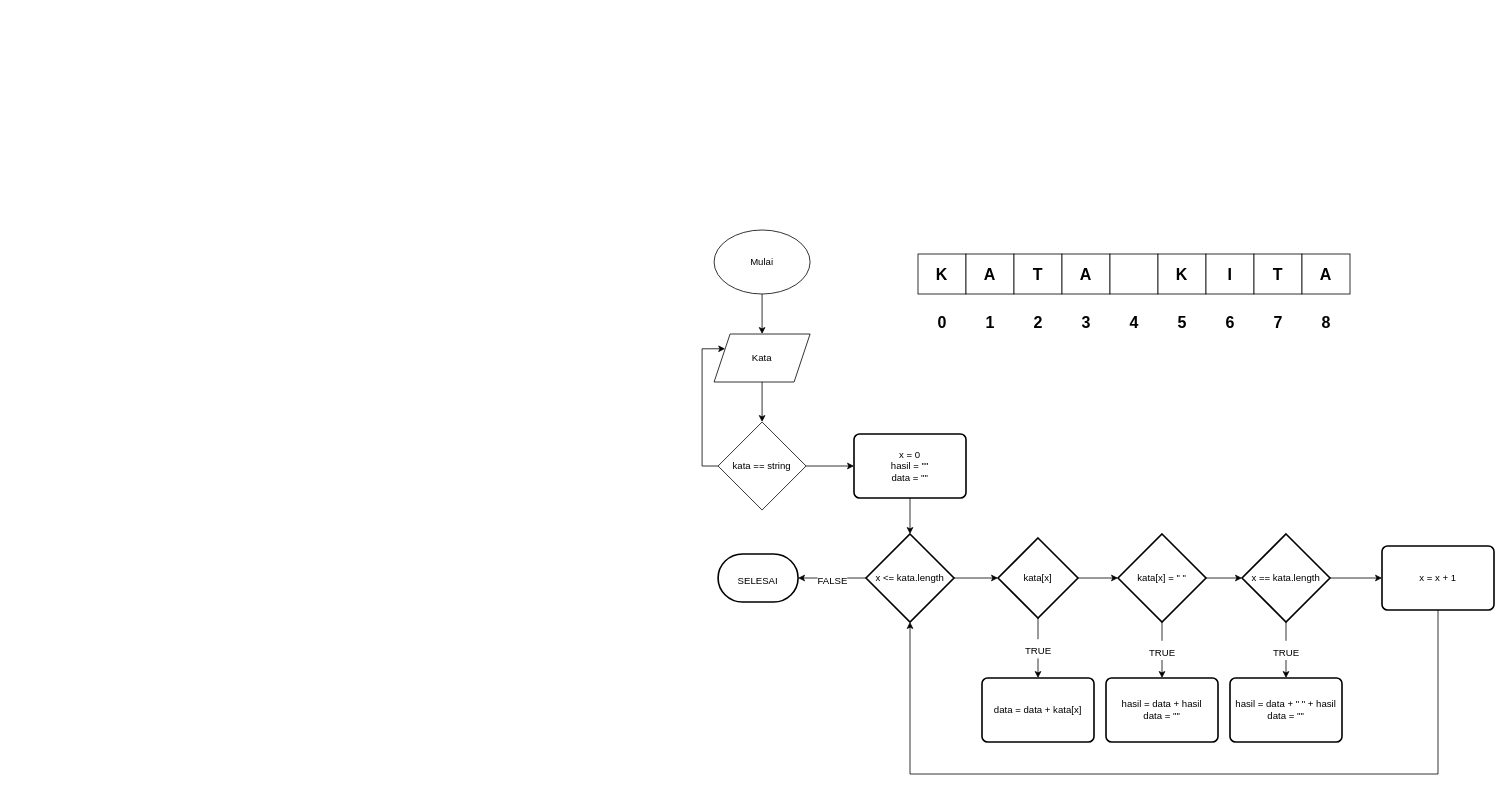
Earlier version of the draw.io diagram 10. Reverse Words.drawio (ahmadzaky25/fw5-algoritma). Source tidied: cells renumbered, new cells numbered last; positions are measured from the earlier drawing's top-left corner, leaving out a move shared by most shapes. Both pictures are drawn from the tidied source at 80%, with x=0, y=0 at pixel (702, 230).
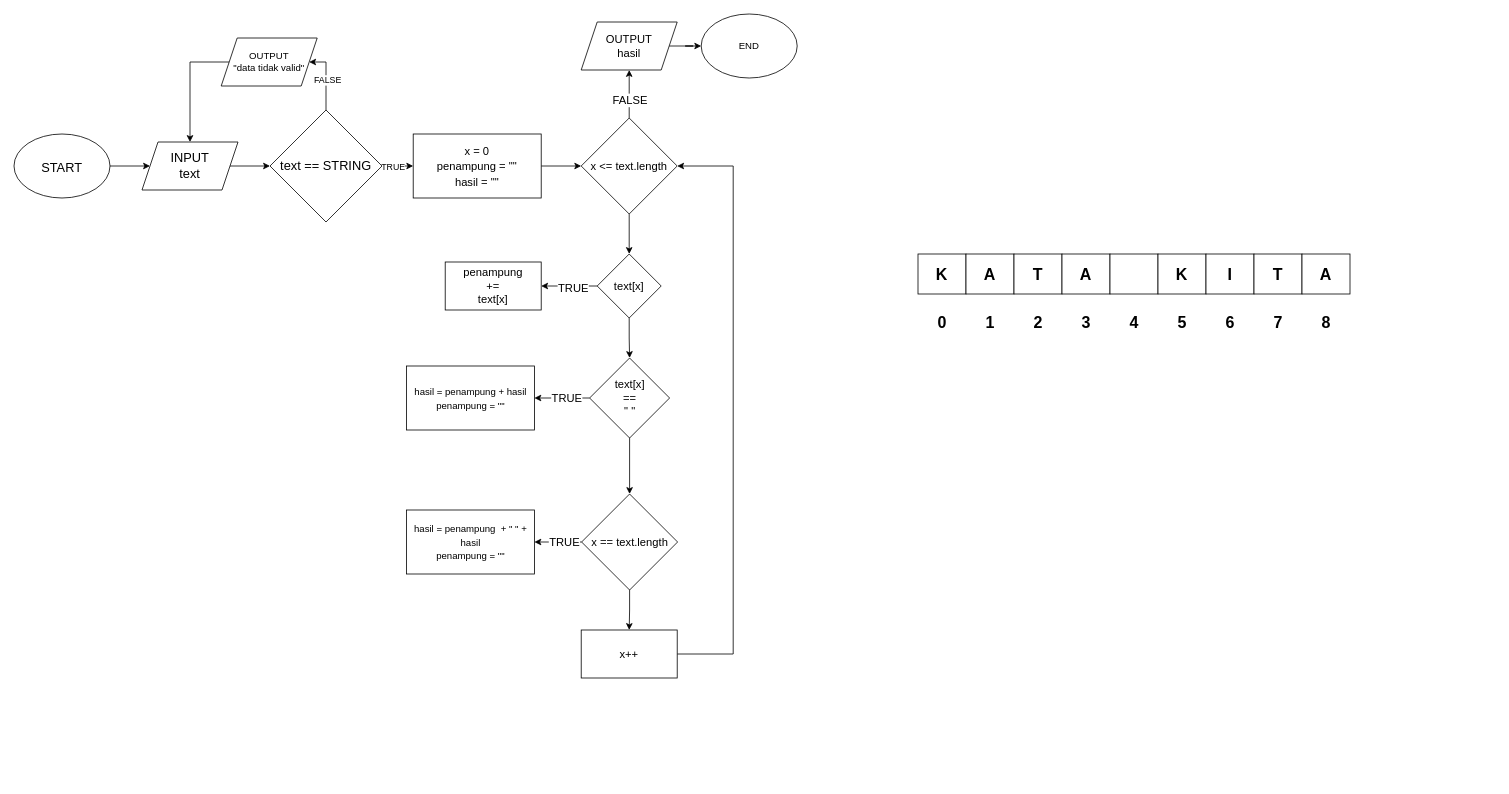
After the change.

Change to the diagram source:
```diff
@@
-    <mxCell id="2" style="edgeStyle=orthogonalEdgeStyle;rounded=0;jettySize=auto;html=1;exitX=0.5;exitY=1;exitDx=0;exitDy=0;entryX=0.5;entryY=0;entryDx=0;entryDy=0;" parent="1" edge="1" source="3" target="5">
-      <mxGeometry relative="1" as="geometry" />
-    </mxCell>
-    <mxCell id="3" value="Mulai" style="ellipse;whiteSpace=wrap;html=1;" parent="1" vertex="1">
-      <mxGeometry x="15.1" width="120" height="80" as="geometry" />
-    </mxCell>
-    <mxCell id="4" style="edgeStyle=orthogonalEdgeStyle;rounded=0;jettySize=auto;html=1;exitX=0.5;exitY=1;exitDx=0;exitDy=0;entryX=0.5;entryY=0;entryDx=0;entryDy=0;" parent="1" edge="1" source="5" target="8">
-      <mxGeometry relative="1" as="geometry" />
-    </mxCell>
-    <mxCell id="5" value="Kata" style="shape=parallelogram;perimeter=parallelogramPerimeter;whiteSpace=wrap;html=1;fixedSize=1;" parent="1" vertex="1">
-      <mxGeometry x="15.1" y="130" width="120" height="60" as="geometry" />
-    </mxCell>
-    <mxCell id="6" style="edgeStyle=orthogonalEdgeStyle;rounded=0;jettySize=auto;html=1;exitX=0;exitY=0.5;exitDx=0;exitDy=0;entryX=0;entryY=0.25;entryDx=0;entryDy=0;" parent="1" edge="1" source="8" target="5">
-      <mxGeometry relative="1" as="geometry">
-        <Array as="points">
-          <mxPoint x="0.1" y="295" />
-          <mxPoint x="0.1" y="148" />
-        </Array>
-      </mxGeometry>
-    </mxCell>
-    <mxCell id="7" style="edgeStyle=orthogonalEdgeStyle;rounded=0;jettySize=auto;html=1;exitX=1;exitY=0.5;exitDx=0;exitDy=0;entryX=0;entryY=0.5;entryDx=0;entryDy=0;" parent="1" edge="1" source="8" target="10">
-      <mxGeometry relative="1" as="geometry" />
-    </mxCell>
-    <mxCell id="8" value="kata == string" style="rhombus;whiteSpace=wrap;html=1;" parent="1" vertex="1">
-      <mxGeometry x="20.1" y="240" width="110" height="110" as="geometry" />
-    </mxCell>
-    <mxCell id="9" style="edgeStyle=orthogonalEdgeStyle;rounded=0;jettySize=auto;html=1;exitX=0.5;exitY=1;exitDx=0;exitDy=0;entryX=0.5;entryY=0;entryDx=0;entryDy=0;entryPerimeter=0;" parent="1" edge="1" source="10" target="13">
-      <mxGeometry relative="1" as="geometry" />
-    </mxCell>
-    <mxCell id="10" value="x = 0&lt;br&gt;hasil = &quot;&quot;&lt;br&gt;data = &quot;&quot;" style="rounded=1;whiteSpace=wrap;html=1;absoluteArcSize=1;arcSize=14;strokeWidth=2;" parent="1" vertex="1">
-      <mxGeometry x="190" y="255" width="140" height="80" as="geometry" />
-    </mxCell>
-    <mxCell id="11" style="edgeStyle=orthogonalEdgeStyle;rounded=0;jettySize=auto;html=1;exitX=1;exitY=0.5;exitDx=0;exitDy=0;exitPerimeter=0;entryX=0;entryY=0.5;entryDx=0;entryDy=0;entryPerimeter=0;" parent="1" edge="1" source="13" target="16">
-      <mxGeometry relative="1" as="geometry" />
-    </mxCell>
-    <mxCell id="12" value="&lt;font style=&quot;font-size: 12px&quot;&gt;FALSE&lt;/font&gt;" style="edgeStyle=orthogonalEdgeStyle;rounded=0;jettySize=auto;html=1;exitX=0;exitY=0.5;exitDx=0;exitDy=0;exitPerimeter=0;entryX=1;entryY=0.5;entryDx=0;entryDy=0;entryPerimeter=0;fontSize=20;" parent="1" edge="1" source="13" target="46">
-      <mxGeometry relative="1" as="geometry" />
-    </mxCell>
-    <mxCell id="13" value="x &amp;lt;= kata.length" style="strokeWidth=2;html=1;shape=mxgraph.flowchart.decision;whiteSpace=wrap;" parent="1" vertex="1">
-      <mxGeometry x="205" y="380" width="110" height="110" as="geometry" />
-    </mxCell>
-    <mxCell id="14" style="edgeStyle=orthogonalEdgeStyle;rounded=0;jettySize=auto;html=1;exitX=1;exitY=0.5;exitDx=0;exitDy=0;exitPerimeter=0;entryX=0;entryY=0.5;entryDx=0;entryDy=0;entryPerimeter=0;fontSize=20;" parent="1" edge="1" source="16" target="37">
-      <mxGeometry relative="1" as="geometry" />
-    </mxCell>
-    <mxCell id="15" value="&lt;font style=&quot;font-size: 12px&quot;&gt;TRUE&lt;/font&gt;" style="edgeStyle=orthogonalEdgeStyle;rounded=0;jettySize=auto;html=1;exitX=0.5;exitY=1;exitDx=0;exitDy=0;exitPerimeter=0;entryX=0.5;entryY=0;entryDx=0;entryDy=0;fontSize=20;" parent="1" edge="1" source="16" target="43">
-      <mxGeometry relative="1" as="geometry" />
-    </mxCell>
-    <mxCell id="16" value="kata[x]" style="strokeWidth=2;html=1;shape=mxgraph.flowchart.decision;whiteSpace=wrap;" parent="1" vertex="1">
-      <mxGeometry x="370" y="385" width="100" height="100" as="geometry" />
-    </mxCell>
-    <mxCell id="17" value="&lt;font style=&quot;font-size: 20px&quot;&gt;&lt;b&gt;K&lt;/b&gt;&lt;/font&gt;" style="rounded=0;whiteSpace=wrap;html=1;" parent="1" vertex="1">
-      <mxGeometry x="270" y="30" width="60" height="50" as="geometry" />
-    </mxCell>
-    <mxCell id="18" value="&lt;font style=&quot;font-size: 20px&quot;&gt;&lt;b&gt;A&lt;/b&gt;&lt;/font&gt;" style="rounded=0;whiteSpace=wrap;html=1;" parent="1" vertex="1">
-      <mxGeometry x="330" y="30" width="60" height="50" as="geometry" />
-    </mxCell>
-    <mxCell id="19" value="&lt;font style=&quot;font-size: 20px&quot;&gt;&lt;b&gt;T&lt;/b&gt;&lt;/font&gt;" style="rounded=0;whiteSpace=wrap;html=1;" parent="1" vertex="1">
-      <mxGeometry x="390" y="30" width="60" height="50" as="geometry" />
-    </mxCell>
-    <mxCell id="20" value="&lt;font style=&quot;font-size: 20px&quot;&gt;&lt;b&gt;A&lt;/b&gt;&lt;/font&gt;" style="rounded=0;whiteSpace=wrap;html=1;" parent="1" vertex="1">
-      <mxGeometry x="450" y="30" width="60" height="50" as="geometry" />
-    </mxCell>
-    <mxCell id="21" style="rounded=0;whiteSpace=wrap;html=1;" parent="1" vertex="1">
-      <mxGeometry x="510" y="30" width="60" height="50" as="geometry" />
-    </mxCell>
-    <mxCell id="22" value="&lt;font style=&quot;font-size: 20px&quot;&gt;&lt;b&gt;K&lt;/b&gt;&lt;/font&gt;" style="rounded=0;whiteSpace=wrap;html=1;" parent="1" vertex="1">
-      <mxGeometry x="570" y="30" width="60" height="50" as="geometry" />
-    </mxCell>
+    <mxCell id="47" style="edgeStyle=orthogonalEdgeStyle;rounded=0;jettySize=auto;html=1;fontSize=16;fontColor=#000000;" parent="1" edge="1" source="48" target="50">
+      <mxGeometry relative="1" as="geometry" />
+    </mxCell>
+    <mxCell id="48" value="&lt;font style=&quot;font-size: 16px&quot;&gt;START&lt;/font&gt;" style="ellipse;whiteSpace=wrap;html=1;fontSize=24;fontColor=#000000;" parent="1" vertex="1">
+      <mxGeometry x="-860" y="-120" width="120" height="80" as="geometry" />
+    </mxCell>
+    <mxCell id="49" style="edgeStyle=orthogonalEdgeStyle;rounded=0;jettySize=auto;html=1;fontSize=16;fontColor=#000000;" parent="1" edge="1" source="50" target="55">
+      <mxGeometry relative="1" as="geometry" />
+    </mxCell>
+    <mxCell id="50" value="INPUT&lt;br&gt;text" style="shape=parallelogram;perimeter=parallelogramPerimeter;whiteSpace=wrap;html=1;fixedSize=1;fontSize=16;fontColor=#000000;" parent="1" vertex="1">
+      <mxGeometry x="-700" y="-110" width="120" height="60" as="geometry" />
+    </mxCell>
+    <mxCell id="51" style="edgeStyle=orthogonalEdgeStyle;rounded=0;jettySize=auto;html=1;fontSize=16;fontColor=#000000;" parent="1" edge="1" source="55" target="57">
+      <mxGeometry relative="1" as="geometry" />
+    </mxCell>
+    <mxCell id="52" value="TRUE" style="edgeLabel;html=1;align=center;verticalAlign=middle;" parent="51" vertex="1">
+      <mxGeometry x="-0.35" relative="1" as="geometry" />
+    </mxCell>
+    <mxCell id="53" style="edgeStyle=orthogonalEdgeStyle;rounded=0;jettySize=auto;html=1;exitX=0.5;exitY=0;exitDx=0;exitDy=0;entryX=1;entryY=0.5;entryDx=0;entryDy=0;" parent="1" edge="1" source="55" target="82">
+      <mxGeometry relative="1" as="geometry">
+        <Array as="points">
+          <mxPoint x="-470" y="-210" />
+        </Array>
+      </mxGeometry>
+    </mxCell>
+    <mxCell id="54" value="FALSE" style="edgeLabel;html=1;align=center;verticalAlign=middle;" parent="53" vertex="1">
+      <mxGeometry x="-0.07" y="-1" relative="1" as="geometry" />
+    </mxCell>
+    <mxCell id="55" value="text == STRING" style="rhombus;whiteSpace=wrap;html=1;fontSize=16;fontColor=#000000;" parent="1" vertex="1">
+      <mxGeometry x="-540" y="-150" width="140" height="140" as="geometry" />
+    </mxCell>
+    <mxCell id="56" style="edgeStyle=orthogonalEdgeStyle;rounded=0;jettySize=auto;html=1;fontSize=14;fontColor=#000000;" parent="1" edge="1" source="57" target="61">
+      <mxGeometry relative="1" as="geometry" />
+    </mxCell>
+    <mxCell id="57" value="&lt;font style=&quot;font-size: 14px&quot;&gt;x = 0&lt;br&gt;penampung = &quot;&quot;&lt;br&gt;hasil = &quot;&quot;&lt;/font&gt;" style="rounded=0;whiteSpace=wrap;html=1;fontSize=16;fontColor=#000000;" parent="1" vertex="1">
+      <mxGeometry x="-361" y="-120" width="160" height="80" as="geometry" />
+    </mxCell>
+    <mxCell id="58" style="edgeStyle=orthogonalEdgeStyle;rounded=0;jettySize=auto;html=1;fontSize=14;fontColor=#000000;endArrow=classic;endFill=1;" parent="1" edge="1" source="61" target="78">
+      <mxGeometry relative="1" as="geometry" />
+    </mxCell>
+    <mxCell id="59" value="FALSE" style="edgeLabel;html=1;align=center;verticalAlign=middle;fontSize=14;fontColor=#000000;" parent="58" vertex="1">
+      <mxGeometry x="-0.24" relative="1" as="geometry" />
+    </mxCell>
+    <mxCell id="60" style="edgeStyle=orthogonalEdgeStyle;rounded=0;jettySize=auto;html=1;" parent="1" edge="1" source="61" target="65">
+      <mxGeometry relative="1" as="geometry" />
+    </mxCell>
+    <mxCell id="61" value="&lt;font style=&quot;font-size: 14px&quot;&gt;x &amp;lt;= text.length&lt;/font&gt;" style="rhombus;whiteSpace=wrap;html=1;fontSize=16;fontColor=#000000;" parent="1" vertex="1">
+      <mxGeometry x="-151" y="-140" width="120" height="120" as="geometry" />
+    </mxCell>
+    <mxCell id="62" style="edgeStyle=orthogonalEdgeStyle;rounded=0;jettySize=auto;html=1;fontSize=14;fontColor=#000000;" parent="1" edge="1" source="65" target="66">
+      <mxGeometry relative="1" as="geometry" />
+    </mxCell>
+    <mxCell id="63" value="TRUE" style="edgeLabel;html=1;align=center;verticalAlign=middle;fontSize=14;fontColor=#000000;" parent="62" vertex="1">
+      <mxGeometry x="-0.12" y="2" relative="1" as="geometry" />
+    </mxCell>
+    <mxCell id="64" style="edgeStyle=orthogonalEdgeStyle;rounded=0;jettySize=auto;html=1;" parent="1" edge="1" source="65" target="70">
+      <mxGeometry relative="1" as="geometry" />
+    </mxCell>
+    <mxCell id="65" value="text[x]" style="rhombus;whiteSpace=wrap;html=1;fontSize=14;fontColor=#000000;" parent="1" vertex="1">
+      <mxGeometry x="-131" y="30" width="80" height="80" as="geometry" />
+    </mxCell>
+    <mxCell id="66" value="penampung&lt;br&gt;+=&lt;br&gt;text[x]" style="rounded=0;whiteSpace=wrap;html=1;fontSize=14;fontColor=#000000;" parent="1" vertex="1">
+      <mxGeometry x="-321" y="40" width="120" height="60" as="geometry" />
+    </mxCell>
+    <mxCell id="67" style="edgeStyle=orthogonalEdgeStyle;rounded=0;jettySize=auto;html=1;fontSize=14;fontColor=#000000;endArrow=classic;endFill=1;" parent="1" edge="1" source="70" target="71">
+      <mxGeometry relative="1" as="geometry" />
+    </mxCell>
+    <mxCell id="68" value="&lt;font style=&quot;font-size: 14px&quot;&gt;TRUE&lt;/font&gt;" style="edgeLabel;html=1;align=center;verticalAlign=middle;fontSize=14;fontColor=#000000;" parent="67" vertex="1">
+      <mxGeometry x="-0.16" relative="1" as="geometry" />
+    </mxCell>
+    <mxCell id="69" style="edgeStyle=orthogonalEdgeStyle;rounded=0;jettySize=auto;html=1;" parent="1" edge="1" source="70" target="75">
+      <mxGeometry relative="1" as="geometry" />
+    </mxCell>
+    <mxCell id="70" value="text[x]&lt;br&gt;==&lt;br&gt;&quot; &quot;" style="rhombus;whiteSpace=wrap;html=1;fontSize=14;fontColor=#000000;" parent="1" vertex="1">
+      <mxGeometry x="-140.5" y="160" width="100" height="100" as="geometry" />
+    </mxCell>
+    <mxCell id="71" value="&lt;font style=&quot;font-size: 12px&quot;&gt;hasil = penampung + hasil&lt;br&gt;penampung = &quot;&quot;&lt;br&gt;&lt;/font&gt;" style="rounded=0;whiteSpace=wrap;html=1;fontSize=14;fontColor=#000000;" parent="1" vertex="1">
+      <mxGeometry x="-369.5" y="170" width="160" height="80" as="geometry" />
+    </mxCell>
+    <mxCell id="72" style="edgeStyle=orthogonalEdgeStyle;rounded=0;jettySize=auto;html=1;fontSize=14;fontColor=#000000;endArrow=classic;endFill=1;" parent="1" edge="1" source="75" target="76">
+      <mxGeometry relative="1" as="geometry" />
+    </mxCell>
+    <mxCell id="73" value="TRUE" style="edgeLabel;html=1;align=center;verticalAlign=middle;fontSize=14;fontColor=#000000;" parent="72" vertex="1">
+      <mxGeometry x="-0.25" relative="1" as="geometry" />
+    </mxCell>
+    <mxCell id="74" style="edgeStyle=orthogonalEdgeStyle;rounded=0;jettySize=auto;html=1;" parent="1" edge="1" source="75" target="80">
+      <mxGeometry relative="1" as="geometry" />
+    </mxCell>
+    <mxCell id="75" value="&lt;font style=&quot;font-size: 14px&quot;&gt;x == text.length&lt;/font&gt;" style="rhombus;whiteSpace=wrap;html=1;fontSize=14;fontColor=#000000;" parent="1" vertex="1">
+      <mxGeometry x="-150.5" y="330" width="120" height="120" as="geometry" />
+    </mxCell>
+    <mxCell id="76" value="&lt;font style=&quot;font-size: 12px&quot;&gt;hasil = penampung&amp;nbsp; + &quot; &quot; + hasil&lt;br&gt;penampung = &quot;&quot;&lt;br&gt;&lt;/font&gt;" style="rounded=0;whiteSpace=wrap;html=1;fontSize=14;fontColor=#000000;" parent="1" vertex="1">
+      <mxGeometry x="-369.5" y="350" width="160" height="80" as="geometry" />
+    </mxCell>
+    <mxCell id="77" style="edgeStyle=orthogonalEdgeStyle;rounded=0;jettySize=auto;html=1;" parent="1" edge="1" source="78" target="83">
+      <mxGeometry relative="1" as="geometry" />
+    </mxCell>
+    <mxCell id="78" value="OUTPUT&lt;br&gt;hasil" style="shape=parallelogram;perimeter=parallelogramPerimeter;whiteSpace=wrap;html=1;fixedSize=1;fontSize=14;fontColor=#000000;" parent="1" vertex="1">
+      <mxGeometry x="-151" y="-260" width="120" height="60" as="geometry" />
+    </mxCell>
+    <mxCell id="79" style="edgeStyle=orthogonalEdgeStyle;rounded=0;jettySize=auto;html=1;exitX=1;exitY=0.5;exitDx=0;exitDy=0;entryX=1;entryY=0.5;entryDx=0;entryDy=0;fontSize=14;fontColor=#000000;endArrow=classic;endFill=1;" parent="1" edge="1" source="80" target="61">
+      <mxGeometry relative="1" as="geometry">
+        <Array as="points">
+          <mxPoint x="39" y="530" />
+          <mxPoint x="39" y="-80" />
+        </Array>
+      </mxGeometry>
+    </mxCell>
+    <mxCell id="80" value="x++" style="rounded=0;whiteSpace=wrap;html=1;fontSize=14;fontColor=#000000;" parent="1" vertex="1">
+      <mxGeometry x="-151" y="500" width="120" height="60" as="geometry" />
+    </mxCell>
+    <mxCell id="81" style="edgeStyle=orthogonalEdgeStyle;rounded=0;jettySize=auto;html=1;exitX=0;exitY=0.5;exitDx=0;exitDy=0;entryX=0.5;entryY=0;entryDx=0;entryDy=0;" parent="1" edge="1" source="82" target="50">
+      <mxGeometry relative="1" as="geometry">
+        <Array as="points">
+          <mxPoint x="-640" y="-210" />
+        </Array>
+      </mxGeometry>
+    </mxCell>
+    <mxCell id="82" value="OUTPUT&lt;br&gt;&quot;data tidak valid&quot;" style="shape=parallelogram;perimeter=parallelogramPerimeter;whiteSpace=wrap;html=1;fixedSize=1;" parent="1" vertex="1">
+      <mxGeometry x="-601" y="-240" width="120" height="60" as="geometry" />
+    </mxCell>
+    <mxCell id="83" value="END" style="ellipse;whiteSpace=wrap;html=1;" parent="1" vertex="1">
+      <mxGeometry x="-1" y="-270" width="120" height="80" as="geometry" />
+    </mxCell>
+    <mxCell id="84" value="&lt;font style=&quot;font-size: 20px&quot;&gt;&lt;b&gt;K&lt;/b&gt;&lt;/font&gt;" style="rounded=0;whiteSpace=wrap;html=1;" parent="1" vertex="1">
+      <mxGeometry x="270" y="30" width="60" height="50" as="geometry" />
+    </mxCell>
+    <mxCell id="85" value="&lt;font style=&quot;font-size: 20px&quot;&gt;&lt;b&gt;A&lt;/b&gt;&lt;/font&gt;" style="rounded=0;whiteSpace=wrap;html=1;" parent="1" vertex="1">
+      <mxGeometry x="330" y="30" width="60" height="50" as="geometry" />
+    </mxCell>
+    <mxCell id="86" value="&lt;font style=&quot;font-size: 20px&quot;&gt;&lt;b&gt;T&lt;/b&gt;&lt;/font&gt;" style="rounded=0;whiteSpace=wrap;html=1;" parent="1" vertex="1">
+      <mxGeometry x="390" y="30" width="60" height="50" as="geometry" />
+    </mxCell>
+    <mxCell id="87" value="&lt;font style=&quot;font-size: 20px&quot;&gt;&lt;b&gt;A&lt;/b&gt;&lt;/font&gt;" style="rounded=0;whiteSpace=wrap;html=1;" parent="1" vertex="1">
+      <mxGeometry x="450" y="30" width="60" height="50" as="geometry" />
+    </mxCell>
+    <mxCell id="88" style="rounded=0;whiteSpace=wrap;html=1;" parent="1" vertex="1">
+      <mxGeometry x="510" y="30" width="60" height="50" as="geometry" />
+    </mxCell>
+    <mxCell id="89" value="&lt;font style=&quot;font-size: 20px&quot;&gt;&lt;b&gt;K&lt;/b&gt;&lt;/font&gt;" style="rounded=0;whiteSpace=wrap;html=1;" parent="1" vertex="1">
+      <mxGeometry x="570" y="30" width="60" height="50" as="geometry" />
+    </mxCell>
@@
-    <mxCell id="24" value="&lt;font style=&quot;font-size: 20px&quot;&gt;&lt;b&gt;T&lt;/b&gt;&lt;/font&gt;" style="rounded=0;whiteSpace=wrap;html=1;" parent="1" vertex="1">
-      <mxGeometry x="690" y="30" width="60" height="50" as="geometry" />
-    </mxCell>
-    <mxCell id="25" value="&lt;font style=&quot;font-size: 20px&quot;&gt;&lt;b&gt;A&lt;/b&gt;&lt;/font&gt;" style="rounded=0;whiteSpace=wrap;html=1;" parent="1" vertex="1">
-      <mxGeometry x="750" y="30" width="60" height="50" as="geometry" />
-    </mxCell>
+    <mxCell id="90" value="&lt;font style=&quot;font-size: 20px&quot;&gt;&lt;b&gt;T&lt;/b&gt;&lt;/font&gt;" style="rounded=0;whiteSpace=wrap;html=1;" parent="1" vertex="1">
+      <mxGeometry x="690" y="30" width="60" height="50" as="geometry" />
+    </mxCell>
+    <mxCell id="91" value="&lt;font style=&quot;font-size: 20px&quot;&gt;&lt;b&gt;A&lt;/b&gt;&lt;/font&gt;" style="rounded=0;whiteSpace=wrap;html=1;" parent="1" vertex="1">
+      <mxGeometry x="750" y="30" width="60" height="50" as="geometry" />
+    </mxCell>
@@
-    <mxCell id="35" style="edgeStyle=orthogonalEdgeStyle;rounded=0;jettySize=auto;html=1;exitX=1;exitY=0.5;exitDx=0;exitDy=0;exitPerimeter=0;entryX=0;entryY=0.5;entryDx=0;entryDy=0;entryPerimeter=0;fontSize=20;" parent="1" edge="1" source="37" target="40">
-      <mxGeometry relative="1" as="geometry" />
-    </mxCell>
-    <mxCell id="36" value="&lt;font style=&quot;font-size: 12px&quot;&gt;TRUE&lt;/font&gt;" style="edgeStyle=orthogonalEdgeStyle;rounded=0;jettySize=auto;html=1;exitX=0.5;exitY=1;exitDx=0;exitDy=0;exitPerimeter=0;entryX=0.5;entryY=0;entryDx=0;entryDy=0;fontSize=20;" parent="1" edge="1" source="37" target="44">
-      <mxGeometry relative="1" as="geometry" />
-    </mxCell>
-    <mxCell id="37" value="kata[x] = &quot; &quot;" style="strokeWidth=2;html=1;shape=mxgraph.flowchart.decision;whiteSpace=wrap;" parent="1" vertex="1">
-      <mxGeometry x="520" y="380" width="110" height="110" as="geometry" />
-    </mxCell>
-    <mxCell id="38" style="edgeStyle=orthogonalEdgeStyle;rounded=0;jettySize=auto;html=1;exitX=1;exitY=0.5;exitDx=0;exitDy=0;exitPerimeter=0;fontSize=20;" parent="1" edge="1" source="40" target="42">
-      <mxGeometry relative="1" as="geometry" />
-    </mxCell>
-    <mxCell id="39" value="&lt;font style=&quot;font-size: 12px&quot;&gt;TRUE&lt;/font&gt;" style="edgeStyle=orthogonalEdgeStyle;rounded=0;jettySize=auto;html=1;exitX=0.5;exitY=1;exitDx=0;exitDy=0;exitPerimeter=0;entryX=0.5;entryY=0;entryDx=0;entryDy=0;fontSize=20;" parent="1" edge="1" source="40" target="45">
-      <mxGeometry relative="1" as="geometry" />
-    </mxCell>
-    <mxCell id="40" value="x == kata.length" style="strokeWidth=2;html=1;shape=mxgraph.flowchart.decision;whiteSpace=wrap;" parent="1" vertex="1">
-      <mxGeometry x="675" y="380" width="110" height="110" as="geometry" />
-    </mxCell>
-    <mxCell id="41" style="edgeStyle=orthogonalEdgeStyle;rounded=0;jettySize=auto;html=1;exitX=0.5;exitY=1;exitDx=0;exitDy=0;entryX=0.5;entryY=1;entryDx=0;entryDy=0;entryPerimeter=0;fontSize=20;" parent="1" edge="1" source="42" target="13">
-      <mxGeometry relative="1" as="geometry">
-        <Array as="points">
-          <mxPoint x="920" y="680" />
-          <mxPoint x="260" y="680" />
-        </Array>
-      </mxGeometry>
-    </mxCell>
-    <mxCell id="42" value="x = x + 1" style="rounded=1;whiteSpace=wrap;html=1;absoluteArcSize=1;arcSize=14;strokeWidth=2;" parent="1" vertex="1">
-      <mxGeometry x="850" y="395" width="140" height="80" as="geometry" />
-    </mxCell>
-    <mxCell id="43" value="data = data + kata[x]" style="rounded=1;whiteSpace=wrap;html=1;absoluteArcSize=1;arcSize=14;strokeWidth=2;" parent="1" vertex="1">
-      <mxGeometry x="350" y="560" width="140" height="80" as="geometry" />
-    </mxCell>
-    <mxCell id="44" value="hasil = data + hasil&lt;br&gt;data = &quot;&quot;" style="rounded=1;whiteSpace=wrap;html=1;absoluteArcSize=1;arcSize=14;strokeWidth=2;" parent="1" vertex="1">
-      <mxGeometry x="505" y="560" width="140" height="80" as="geometry" />
-    </mxCell>
-    <mxCell id="45" value="hasil = data + &quot; &quot; + hasil&lt;br&gt;data = &quot;&quot;" style="rounded=1;whiteSpace=wrap;html=1;absoluteArcSize=1;arcSize=14;strokeWidth=2;" parent="1" vertex="1">
-      <mxGeometry x="660" y="560" width="140" height="80" as="geometry" />
-    </mxCell>
-    <mxCell id="46" value="&lt;font style=&quot;font-size: 12px&quot;&gt;SELESAI&lt;/font&gt;" style="strokeWidth=2;html=1;shape=mxgraph.flowchart.terminator;whiteSpace=wrap;fontSize=20;" parent="1" vertex="1">
-      <mxGeometry x="20.1" y="405" width="100" height="60" as="geometry" />
-    </mxCell>
```
